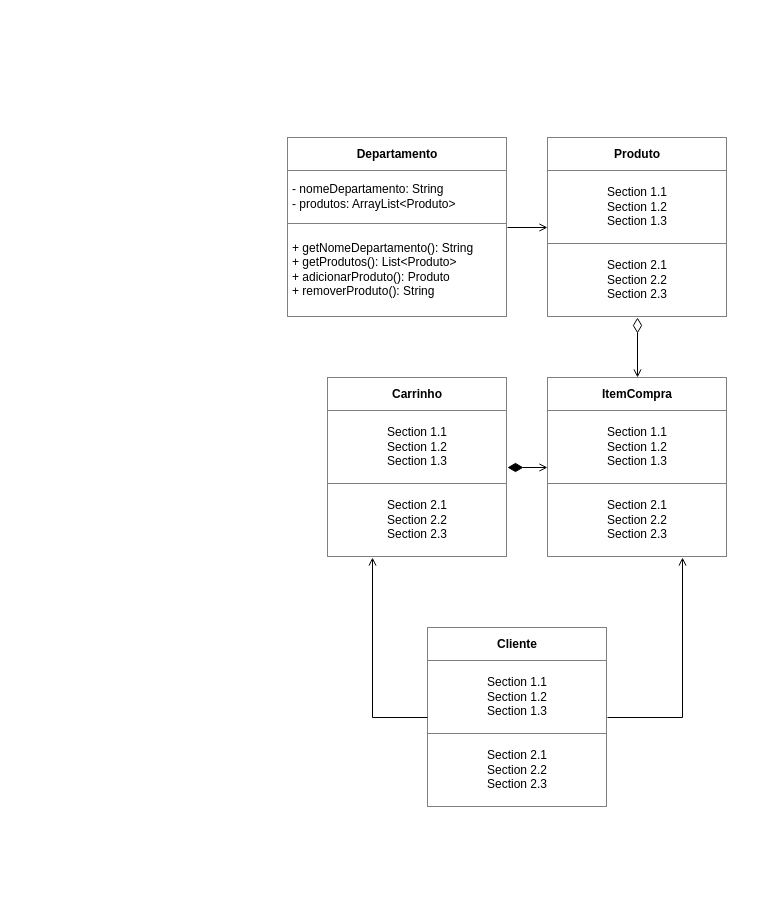
Before: Diagrama sem nome.drawio in LizReis/POO-Parcial1, a draw.io diagram. Source tidied: cells renumbered, new cells numbered last; positions are measured from the earlier drawing's top-left corner, leaving out a move shared by most shapes. Both pictures are drawn from the tidied source at 100%, with x=0, y=0 at pixel (287, 137).
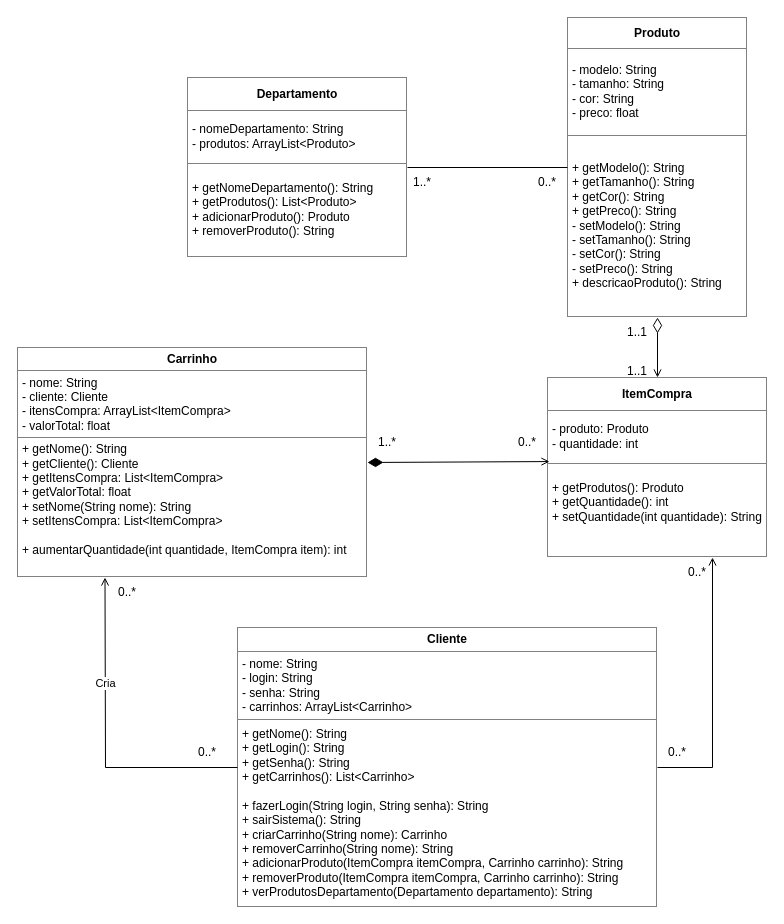
The same page after the edit.

The edit, as a diff of the source:
```diff
@@
-    <mxCell id="2" value="&lt;table border=&quot;1&quot; width=&quot;100%&quot; height=&quot;100%&quot; cellpadding=&quot;4&quot; style=&quot;width:100%;height:100%;border-collapse:collapse;&quot;&gt;&lt;tbody&gt;&lt;tr&gt;&lt;th align=&quot;center&quot;&gt;Cliente&lt;/th&gt;&lt;/tr&gt;&lt;tr&gt;&lt;td align=&quot;center&quot;&gt;Section 1.1&lt;br&gt;Section 1.2&lt;br&gt;Section 1.3&lt;/td&gt;&lt;/tr&gt;&lt;tr&gt;&lt;td align=&quot;center&quot;&gt;Section 2.1&lt;br&gt;Section 2.2&lt;br&gt;Section 2.3&lt;/td&gt;&lt;/tr&gt;&lt;/tbody&gt;&lt;/table&gt;" style="text;html=1;whiteSpace=wrap;strokeColor=none;fillColor=none;overflow=fill;" parent="1" vertex="1">
-      <mxGeometry x="140" y="490" width="180" height="180" as="geometry" />
+    <mxCell id="2" value="&lt;table border=&quot;1&quot; width=&quot;100%&quot; height=&quot;100%&quot; cellpadding=&quot;4&quot; style=&quot;width:100%;height:100%;border-collapse:collapse;&quot;&gt;&lt;tbody&gt;&lt;tr&gt;&lt;th align=&quot;center&quot;&gt;Cliente&lt;/th&gt;&lt;/tr&gt;&lt;tr&gt;&lt;td&gt;- nome: String&lt;br&gt;- login: String&lt;br&gt;- senha: String&lt;br&gt;- carrinhos: ArrayList&amp;lt;Carrinho&amp;gt;&lt;/td&gt;&lt;/tr&gt;&lt;tr&gt;&lt;td&gt;+ getNome(): String&lt;br&gt;+ getLogin(): String&lt;br&gt;+ getSenha(): String&lt;br&gt;+ getCarrinhos(): List&amp;lt;Carrinho&amp;gt;&lt;br&gt;&lt;br&gt;+ fazerLogin(String login, String senha): String&lt;br&gt;+ sairSistema(): String&lt;br&gt;+ criarCarrinho(String nome): Carrinho&lt;br&gt;+ removerCarrinho(String nome): String&lt;br&gt;+ adicionarProduto(ItemCompra itemCompra, Carrinho carrinho): String&lt;br&gt;+ removerProduto(ItemCompra itemCompra, Carrinho carrinho): String&lt;br&gt;+ verProdutosDepartamento(Departamento departamento): String&lt;br&gt;&lt;/td&gt;&lt;/tr&gt;&lt;/tbody&gt;&lt;/table&gt;" style="text;html=1;whiteSpace=wrap;strokeColor=none;fillColor=none;overflow=fill;" parent="1" vertex="1">
+      <mxGeometry x="-50" y="490" width="420" height="280" as="geometry" />
     </mxCell>
     <mxCell id="3" value="&lt;table border=&quot;1&quot; width=&quot;100%&quot; height=&quot;100%&quot; cellpadding=&quot;4&quot; style=&quot;width:100%;height:100%;border-collapse:collapse;&quot;&gt;&lt;tbody&gt;&lt;tr&gt;&lt;th align=&quot;center&quot;&gt;Departamento&lt;/th&gt;&lt;/tr&gt;&lt;tr&gt;&lt;td&gt;- nomeDepartamento: String&lt;br&gt;- produtos: ArrayList&amp;lt;Produto&amp;gt;&lt;/td&gt;&lt;/tr&gt;&lt;tr&gt;&lt;td&gt;+ getNomeDepartamento(): String&lt;br&gt;+ getProdutos(): List&amp;lt;Produto&amp;gt;&lt;br&gt;+ adicionarProduto(): Produto&lt;br&gt;+ removerProduto(): String&lt;/td&gt;&lt;/tr&gt;&lt;/tbody&gt;&lt;/table&gt;" style="text;html=1;whiteSpace=wrap;strokeColor=none;fillColor=none;overflow=fill;" parent="1" vertex="1">
-      <mxGeometry width="220" height="180" as="geometry" />
+      <mxGeometry x="-100" y="-60" width="220" height="180" as="geometry" />
     </mxCell>
-    <mxCell id="4" value="&lt;table border=&quot;1&quot; width=&quot;100%&quot; height=&quot;100%&quot; cellpadding=&quot;4&quot; style=&quot;width:100%;height:100%;border-collapse:collapse;&quot;&gt;&lt;tbody&gt;&lt;tr&gt;&lt;th align=&quot;center&quot;&gt;Produto&lt;/th&gt;&lt;/tr&gt;&lt;tr&gt;&lt;td align=&quot;center&quot;&gt;Section 1.1&lt;br&gt;Section 1.2&lt;br&gt;Section 1.3&lt;/td&gt;&lt;/tr&gt;&lt;tr&gt;&lt;td align=&quot;center&quot;&gt;Section 2.1&lt;br&gt;Section 2.2&lt;br&gt;Section 2.3&lt;/td&gt;&lt;/tr&gt;&lt;/tbody&gt;&lt;/table&gt;" style="text;html=1;whiteSpace=wrap;strokeColor=none;fillColor=none;overflow=fill;" parent="1" vertex="1">
-      <mxGeometry x="260" width="180" height="180" as="geometry" />
+    <mxCell id="4" value="&lt;table border=&quot;1&quot; width=&quot;100%&quot; height=&quot;100%&quot; cellpadding=&quot;4&quot; style=&quot;width:100%;height:100%;border-collapse:collapse;&quot;&gt;&lt;tbody&gt;&lt;tr&gt;&lt;th align=&quot;center&quot;&gt;Produto&lt;/th&gt;&lt;/tr&gt;&lt;tr&gt;&lt;td&gt;- modelo: String&lt;br&gt;- tamanho: String&lt;br&gt;- cor: String&lt;br&gt;- preco: float&lt;/td&gt;&lt;/tr&gt;&lt;tr&gt;&lt;td&gt;+ getModelo(): String&lt;br&gt;+ getTamanho(): String&lt;br&gt;+ getCor(): String&lt;br&gt;+ getPreco(): String&lt;br&gt;- setModelo(): String&lt;br&gt;- setTamanho(): String&lt;br&gt;- setCor(): String&lt;br&gt;- setPreco(): String&lt;br&gt;+ descricaoProduto(): String&lt;/td&gt;&lt;/tr&gt;&lt;/tbody&gt;&lt;/table&gt;" style="text;html=1;whiteSpace=wrap;strokeColor=none;fillColor=none;overflow=fill;" parent="1" vertex="1">
+      <mxGeometry x="280" y="-120" width="180" height="300" as="geometry" />
     </mxCell>
-    <mxCell id="5" value="&lt;table border=&quot;1&quot; width=&quot;100%&quot; height=&quot;100%&quot; cellpadding=&quot;4&quot; style=&quot;width:100%;height:100%;border-collapse:collapse;&quot;&gt;&lt;tbody&gt;&lt;tr&gt;&lt;th align=&quot;center&quot;&gt;ItemCompra&lt;/th&gt;&lt;/tr&gt;&lt;tr&gt;&lt;td align=&quot;center&quot;&gt;Section 1.1&lt;br&gt;Section 1.2&lt;br&gt;Section 1.3&lt;/td&gt;&lt;/tr&gt;&lt;tr&gt;&lt;td align=&quot;center&quot;&gt;Section 2.1&lt;br&gt;Section 2.2&lt;br&gt;Section 2.3&lt;/td&gt;&lt;/tr&gt;&lt;/tbody&gt;&lt;/table&gt;" style="text;html=1;whiteSpace=wrap;strokeColor=none;fillColor=none;overflow=fill;" parent="1" vertex="1">
-      <mxGeometry x="260" y="240" width="180" height="180" as="geometry" />
+    <mxCell id="5" value="&lt;table border=&quot;1&quot; width=&quot;100%&quot; height=&quot;100%&quot; cellpadding=&quot;4&quot; style=&quot;width:100%;height:100%;border-collapse:collapse;&quot;&gt;&lt;tbody&gt;&lt;tr&gt;&lt;th align=&quot;center&quot;&gt;ItemCompra&lt;/th&gt;&lt;/tr&gt;&lt;tr&gt;&lt;td&gt;- produto: Produto&lt;br&gt;- quantidade: int&lt;/td&gt;&lt;/tr&gt;&lt;tr&gt;&lt;td&gt;+ getProdutos(): Produto&lt;br&gt;+ getQuantidade(): int&lt;br&gt;+ setQuantidade(int quantidade): String&lt;br&gt;&lt;br&gt;&lt;/td&gt;&lt;/tr&gt;&lt;/tbody&gt;&lt;/table&gt;" style="text;html=1;whiteSpace=wrap;strokeColor=none;fillColor=none;overflow=fill;" parent="1" vertex="1">
+      <mxGeometry x="260" y="240" width="220" height="180" as="geometry" />
     </mxCell>
-    <mxCell id="6" value="&lt;table border=&quot;1&quot; width=&quot;100%&quot; height=&quot;100%&quot; cellpadding=&quot;4&quot; style=&quot;width:100%;height:100%;border-collapse:collapse;&quot;&gt;&lt;tbody&gt;&lt;tr&gt;&lt;th align=&quot;center&quot;&gt;Carrinho&lt;/th&gt;&lt;/tr&gt;&lt;tr&gt;&lt;td align=&quot;center&quot;&gt;Section 1.1&lt;br&gt;Section 1.2&lt;br&gt;Section 1.3&lt;/td&gt;&lt;/tr&gt;&lt;tr&gt;&lt;td align=&quot;center&quot;&gt;Section 2.1&lt;br&gt;Section 2.2&lt;br&gt;Section 2.3&lt;/td&gt;&lt;/tr&gt;&lt;/tbody&gt;&lt;/table&gt;" style="text;html=1;whiteSpace=wrap;strokeColor=none;fillColor=none;overflow=fill;" parent="1" vertex="1">
-      <mxGeometry x="40" y="240" width="180" height="180" as="geometry" />
+    <mxCell id="6" value="&lt;table border=&quot;1&quot; width=&quot;100%&quot; height=&quot;100%&quot; cellpadding=&quot;4&quot; style=&quot;width:100%;height:100%;border-collapse:collapse;&quot;&gt;&lt;tbody&gt;&lt;tr&gt;&lt;th align=&quot;center&quot;&gt;Carrinho&lt;/th&gt;&lt;/tr&gt;&lt;tr&gt;&lt;td&gt;- nome: String&lt;br&gt;- cliente: Cliente&lt;br&gt;- itensCompra: ArrayList&amp;lt;ItemCompra&amp;gt;&lt;br&gt;- valorTotal: float&lt;/td&gt;&lt;/tr&gt;&lt;tr&gt;&lt;td&gt;+ getNome(): String&lt;br&gt;+ getCliente(): Cliente&lt;br&gt;+ getItensCompra: List&amp;lt;ItemCompra&amp;gt;&lt;br&gt;+ getValorTotal: float&lt;br&gt;+ setNome(String nome): String&lt;br&gt;+ setItensCompra: List&amp;lt;ItemCompra&amp;gt;&lt;br&gt;&lt;br&gt;+ aumentarQuantidade(int quantidade, ItemCompra item): int&lt;br&gt;&lt;br&gt;&lt;/td&gt;&lt;/tr&gt;&lt;/tbody&gt;&lt;/table&gt;" style="text;html=1;whiteSpace=wrap;strokeColor=none;fillColor=none;overflow=fill;" parent="1" vertex="1">
+      <mxGeometry x="-270" y="210" width="350" height="230" as="geometry" />
     </mxCell>
@@
-    <mxCell id="8" style="endArrow=diamondThin;html=1;rounded=0;entryX=1;entryY=0.5;entryDx=0;entryDy=0;exitX=0;exitY=0.5;exitDx=0;exitDy=0;endFill=1;startArrow=open;startFill=0;startSize=6;endSize=13;" parent="1" edge="1" source="5" target="6">
+    <mxCell id="8" style="endArrow=diamondThin;html=1;rounded=0;entryX=1;entryY=0.5;entryDx=0;entryDy=0;exitX=0.009;exitY=0.467;exitDx=0;exitDy=0;endFill=1;startArrow=open;startFill=0;startSize=6;endSize=13;exitPerimeter=0;" parent="1" edge="1" source="5" target="6">
       <mxGeometry relative="1" as="geometry" />
     </mxCell>
-    <mxCell id="9" style="endArrow=open;html=1;rounded=0;exitX=1;exitY=0.5;exitDx=0;exitDy=0;entryX=0;entryY=0.5;entryDx=0;entryDy=0;endFill=0;" parent="1" edge="1" source="3" target="4">
+    <mxCell id="9" style="endArrow=none;html=1;rounded=0;exitX=1;exitY=0.5;exitDx=0;exitDy=0;entryX=0;entryY=0.5;entryDx=0;entryDy=0;endFill=0;startFill=0;" parent="1" edge="1" source="3" target="4">
       <mxGeometry relative="1" as="geometry" />
     </mxCell>
-    <mxCell id="10" style="endArrow=open;html=1;rounded=0;exitX=0;exitY=0.5;exitDx=0;exitDy=0;entryX=0.25;entryY=1;entryDx=0;entryDy=0;endFill=0;" parent="1" edge="1" source="2" target="6">
+    <mxCell id="10" style="endArrow=open;html=1;rounded=0;exitX=0;exitY=0.5;exitDx=0;exitDy=0;endFill=0;entryX=0.25;entryY=1;entryDx=0;entryDy=0;" parent="1" edge="1" source="2" target="6">
       <mxGeometry relative="1" as="geometry">
         <Array as="points">
-          <mxPoint x="85" y="580" />
+          <mxPoint x="-182" y="630" />
         </Array>
       </mxGeometry>
     </mxCell>
+    <mxCell id="12" value="Cria" style="edgeLabel;html=1;align=center;verticalAlign=middle;" parent="10" vertex="1">
+      <mxGeometry x="0.35" relative="1" as="geometry" />
+    </mxCell>
     <mxCell id="11" style="endArrow=open;html=1;rounded=0;exitX=1;exitY=0.5;exitDx=0;exitDy=0;entryX=0.75;entryY=1;entryDx=0;entryDy=0;endFill=0;" parent="1" edge="1" source="2" target="5">
       <mxGeometry relative="1" as="geometry">
         <Array as="points">
-          <mxPoint x="395" y="580" />
+          <mxPoint x="425" y="630" />
         </Array>
       </mxGeometry>
     </mxCell>
+    <mxCell id="13" value="0..*" style="text;html=1;align=center;verticalAlign=middle;whiteSpace=wrap;rounded=0;" parent="1" vertex="1">
+      <mxGeometry x="-110" y="600" width="60" height="30" as="geometry" />
+    </mxCell>
+    <mxCell id="14" value="0..*" style="text;html=1;align=center;verticalAlign=middle;whiteSpace=wrap;rounded=0;" parent="1" vertex="1">
+      <mxGeometry x="-190" y="440" width="60" height="30" as="geometry" />
+    </mxCell>
+    <mxCell id="15" value="0..*" style="text;html=1;align=center;verticalAlign=middle;whiteSpace=wrap;rounded=0;" parent="1" vertex="1">
+      <mxGeometry x="360" y="600" width="60" height="30" as="geometry" />
+    </mxCell>
+    <mxCell id="16" value="0..*" style="text;html=1;align=center;verticalAlign=middle;whiteSpace=wrap;rounded=0;" parent="1" vertex="1">
+      <mxGeometry x="380" y="420" width="60" height="30" as="geometry" />
+    </mxCell>
+    <mxCell id="17" value="0..*" style="text;html=1;align=center;verticalAlign=middle;whiteSpace=wrap;rounded=0;" parent="1" vertex="1">
+      <mxGeometry x="210" y="290" width="60" height="30" as="geometry" />
+    </mxCell>
+    <mxCell id="18" value="1..*" style="text;html=1;align=center;verticalAlign=middle;whiteSpace=wrap;rounded=0;" parent="1" vertex="1">
+      <mxGeometry x="70" y="290" width="60" height="30" as="geometry" />
+    </mxCell>
+    <mxCell id="19" value="1..*" style="text;html=1;align=center;verticalAlign=middle;whiteSpace=wrap;rounded=0;" parent="1" vertex="1">
+      <mxGeometry x="105" y="30" width="60" height="30" as="geometry" />
+    </mxCell>
+    <mxCell id="20" value="0..*" style="text;html=1;align=center;verticalAlign=middle;whiteSpace=wrap;rounded=0;" parent="1" vertex="1">
+      <mxGeometry x="230" y="30" width="60" height="30" as="geometry" />
+    </mxCell>
+    <mxCell id="21" value="1..1" style="text;html=1;align=center;verticalAlign=middle;whiteSpace=wrap;rounded=0;" parent="1" vertex="1">
+      <mxGeometry x="320" y="219" width="60" height="30" as="geometry" />
+    </mxCell>
+    <mxCell id="22" value="1..1" style="text;html=1;align=center;verticalAlign=middle;whiteSpace=wrap;rounded=0;" parent="1" vertex="1">
+      <mxGeometry x="320" y="180" width="60" height="30" as="geometry" />
+    </mxCell>
```
